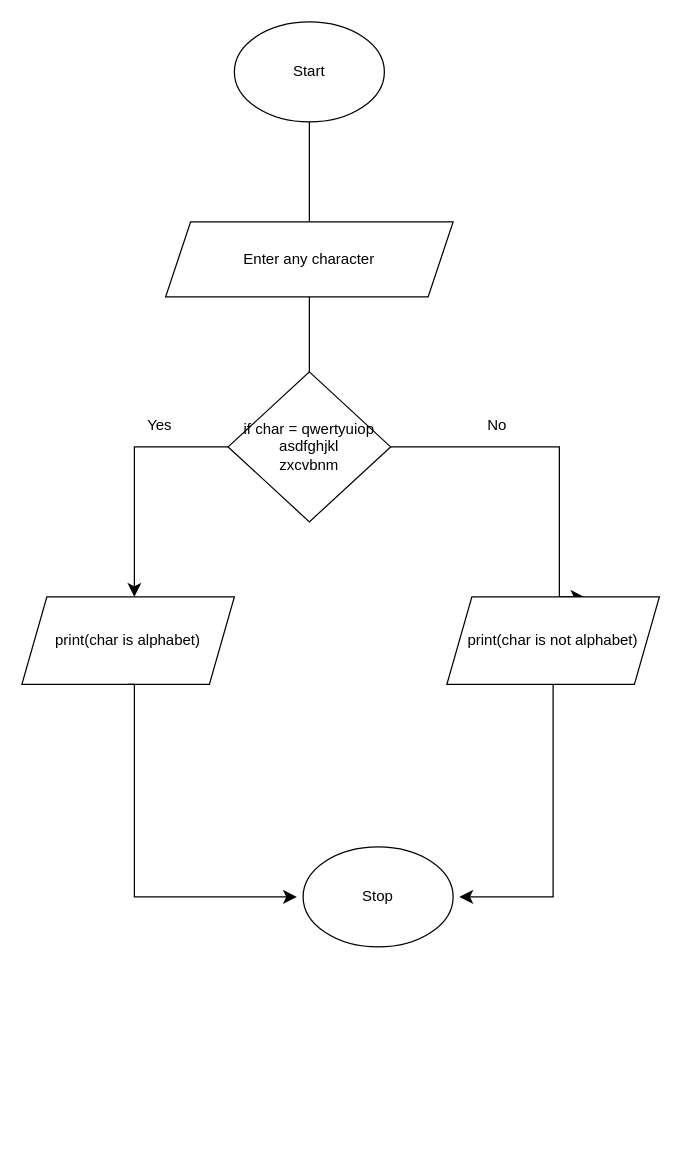
Earlier version of the draw.io diagram alphabet_check.drawio (ArslanBashirBhat/Assingments-Python). Source tidied: cells renumbered, new cells numbered last; positions are measured from the earlier drawing's top-left corner, leaving out a move shared by most shapes. Both pictures are drawn from the tidied source at 125%, with x=0, y=0 at pixel (21, 21).
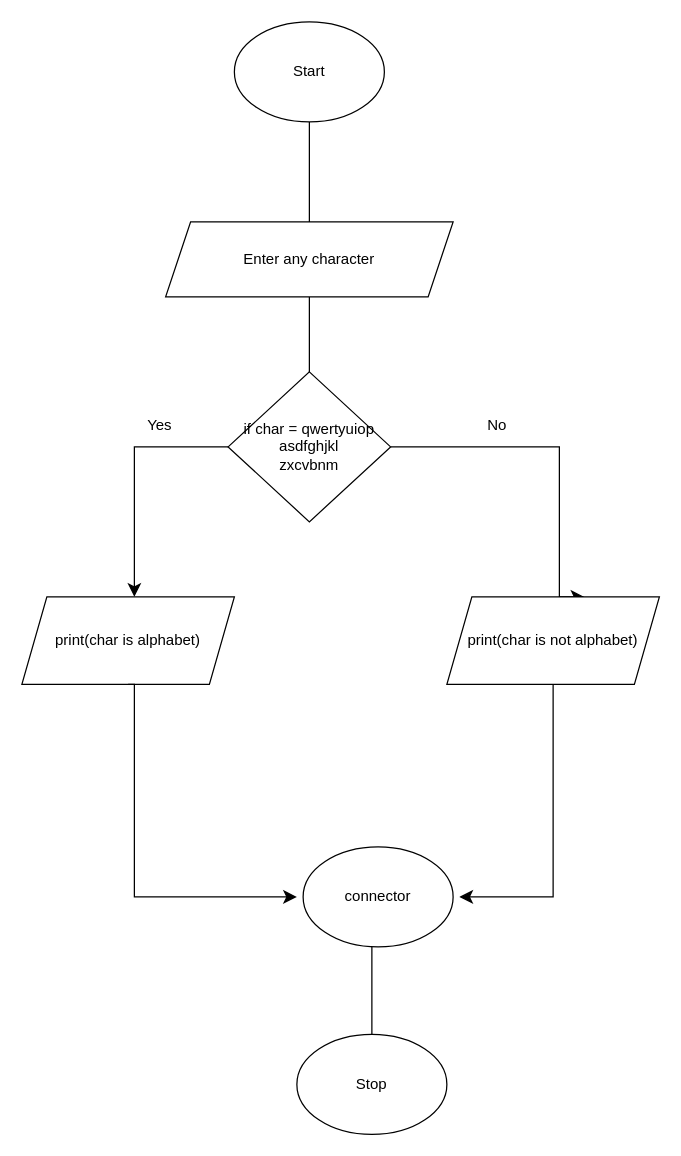
After the change.

What changed in the source:
```diff
@@
-    <mxCell id="15" value="Stop" style="ellipse;whiteSpace=wrap;html=1;" parent="1" vertex="1">
+    <mxCell id="15" value="connector" style="ellipse;whiteSpace=wrap;html=1;" parent="1" vertex="1">
       <mxGeometry x="225" y="660" width="120" height="80" as="geometry" />
     </mxCell>
+    <mxCell id="16" style="endArrow=none;html=1;rounded=0;" parent="1" edge="1">
+      <mxGeometry relative="1" as="geometry">
+        <mxPoint x="280" y="810" as="sourcePoint" />
+        <mxPoint x="280" y="740" as="targetPoint" />
+      </mxGeometry>
+    </mxCell>
+    <mxCell id="17" value="Stop" style="ellipse;whiteSpace=wrap;html=1;" parent="1" vertex="1">
+      <mxGeometry x="220" y="810" width="120" height="80" as="geometry" />
+    </mxCell>
```
